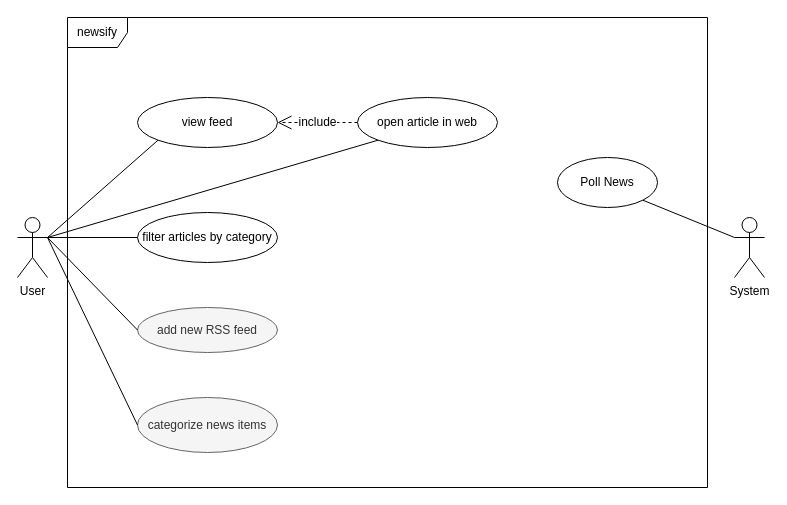
The draw.io diagram docs/use_case_diagramm.drawio in Lezurex/newsify, before the edit. Source tidied: cells renumbered, new cells numbered last; positions are measured from the earlier drawing's top-left corner, leaving out a move shared by most shapes. Both pictures are drawn from the tidied source at 100%, with x=0, y=0 at pixel (17, 17).
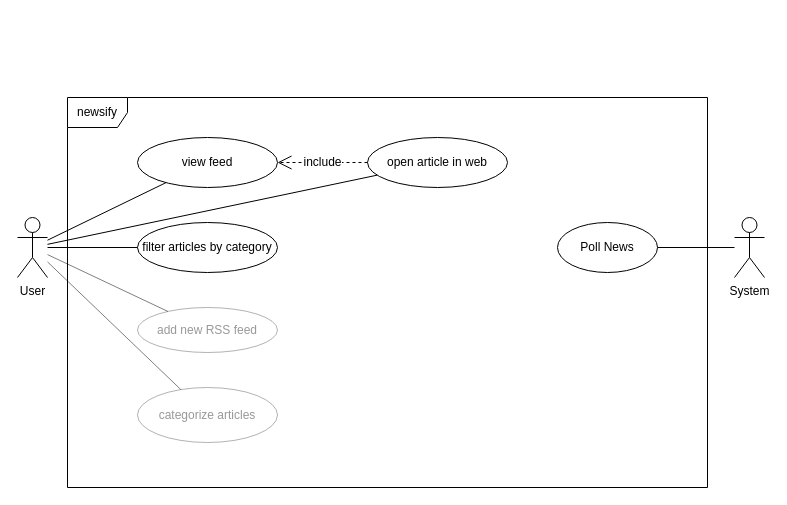
The same diagram, later.

Commit message (it also covers changes not shown here):
🎨 Add use case specification

Diff of the diagram source:
```diff
@@
 <mxGraphModel>
   <root>
     <mxCell id="0" />
     <mxCell id="1" parent="0" />
     <mxCell id="2" value="User" style="shape=umlActor;verticalLabelPosition=bottom;verticalAlign=top;html=1;outlineConnect=0;" parent="1" vertex="1">
       <mxGeometry y="200" width="30" height="60" as="geometry" />
     </mxCell>
     <mxCell id="3" value="newsify" style="shape=umlFrame;whiteSpace=wrap;html=1;" parent="1" vertex="1">
-      <mxGeometry x="50" width="640" height="470" as="geometry" />
+      <mxGeometry x="50" y="80" width="640" height="390" as="geometry" />
     </mxCell>
     <mxCell id="4" value="System" style="shape=umlActor;verticalLabelPosition=bottom;verticalAlign=top;html=1;" parent="1" vertex="1">
       <mxGeometry x="717" y="200" width="30" height="60" as="geometry" />
     </mxCell>
     <mxCell id="5" value="Poll News" style="ellipse;whiteSpace=wrap;html=1;" parent="1" vertex="1">
-      <mxGeometry x="540" y="140" width="100" height="50" as="geometry" />
+      <mxGeometry x="540" y="205" width="100" height="50" as="geometry" />
     </mxCell>
-    <mxCell id="6" style="endArrow=none;html=1;rounded=0;exitX=1;exitY=1;exitDx=0;exitDy=0;entryX=0;entryY=0.3333333333333333;entryDx=0;entryDy=0;entryPerimeter=0;" parent="1" edge="1" source="5" target="4">
+    <mxCell id="6" style="endArrow=none;html=1;rounded=0;" parent="1" edge="1" source="5" target="4">
       <mxGeometry relative="1" as="geometry" />
     </mxCell>
     <mxCell id="7" value="view feed" style="ellipse;whiteSpace=wrap;html=1;" parent="1" vertex="1">
-      <mxGeometry x="120" y="80" width="140" height="50" as="geometry" />
+      <mxGeometry x="120" y="120" width="140" height="50" as="geometry" />
     </mxCell>
-    <mxCell id="8" style="endArrow=none;html=1;rounded=0;fontSize=12;exitX=1;exitY=0.3333333333333333;exitDx=0;exitDy=0;exitPerimeter=0;entryX=0;entryY=1;entryDx=0;entryDy=0;" parent="1" edge="1" source="2" target="7">
+    <mxCell id="8" style="endArrow=none;html=1;rounded=0;fontSize=12;" parent="1" edge="1" source="2" target="7">
       <mxGeometry relative="1" as="geometry" />
     </mxCell>
-    <mxCell id="9" value="&lt;font style=&quot;font-size: 12px;&quot;&gt;categorize news items&lt;/font&gt;" style="ellipse;whiteSpace=wrap;html=1;fillColor=#f5f5f5;strokeColor=#666666;fontColor=#333333;" parent="1" vertex="1">
-      <mxGeometry x="120" y="380" width="140" height="55" as="geometry" />
+    <mxCell id="9" value="&lt;font style=&quot;font-size: 12px;&quot;&gt;categorize articles&lt;br&gt;&lt;/font&gt;" style="ellipse;whiteSpace=wrap;html=1;fillColor=#FFFFFF;strokeColor=#666666;fontColor=#333333;opacity=50;textOpacity=50;" parent="1" vertex="1">
+      <mxGeometry x="120" y="370" width="140" height="55" as="geometry" />
     </mxCell>
-    <mxCell id="10" style="endArrow=none;html=1;rounded=0;fontSize=12;exitX=1;exitY=0.3333333333333333;exitDx=0;exitDy=0;exitPerimeter=0;entryX=0;entryY=0.5;entryDx=0;entryDy=0;" parent="1" edge="1" source="2" target="9">
+    <mxCell id="10" style="endArrow=none;html=1;rounded=0;fontSize=12;opacity=50;" parent="1" edge="1" source="2" target="9">
       <mxGeometry relative="1" as="geometry" />
     </mxCell>
     <mxCell id="11" value="filter articles by category" style="ellipse;whiteSpace=wrap;html=1;" parent="1" vertex="1">
-      <mxGeometry x="120" y="195" width="140" height="50" as="geometry" />
+      <mxGeometry x="120" y="205" width="140" height="50" as="geometry" />
     </mxCell>
-    <mxCell id="12" style="endArrow=none;html=1;rounded=0;fontSize=12;entryX=0;entryY=0.5;entryDx=0;entryDy=0;" parent="1" edge="1" target="11">
-      <mxGeometry relative="1" as="geometry">
-        <mxPoint x="30" y="220" as="sourcePoint" />
-      </mxGeometry>
+    <mxCell id="12" style="endArrow=none;html=1;rounded=0;fontSize=12;" parent="1" edge="1" source="2" target="11">
+      <mxGeometry relative="1" as="geometry" />
     </mxCell>
     <mxCell id="13" value="open article in web" style="ellipse;whiteSpace=wrap;html=1;fontSize=12;" parent="1" vertex="1">
-      <mxGeometry x="340" y="80" width="140" height="50" as="geometry" />
+      <mxGeometry x="350" y="120" width="140" height="50" as="geometry" />
     </mxCell>
-    <mxCell id="14" value="include" style="endArrow=open;endSize=12;dashed=1;html=1;rounded=0;fontSize=12;exitX=0;exitY=0.5;exitDx=0;exitDy=0;" parent="1" edge="1" source="13" target="7">
+    <mxCell id="14" value="include" style="endArrow=open;endSize=12;dashed=1;html=1;rounded=0;fontSize=12;" parent="1" edge="1" source="13" target="7">
       <mxGeometry relative="1" as="geometry" />
     </mxCell>
-    <mxCell id="15" value="add new RSS feed" style="ellipse;whiteSpace=wrap;html=1;fontSize=12;fillColor=#f5f5f5;fontColor=#333333;strokeColor=#666666;" parent="1" vertex="1">
+    <mxCell id="15" value="add new RSS feed" style="ellipse;whiteSpace=wrap;html=1;fontSize=12;fillColor=#FFFFFF;fontColor=#333333;strokeColor=#666666;opacity=50;textOpacity=50;" parent="1" vertex="1">
       <mxGeometry x="120" y="290" width="140" height="45" as="geometry" />
     </mxCell>
-    <mxCell id="16" style="endArrow=none;html=1;rounded=0;fontSize=12;entryX=0;entryY=1;entryDx=0;entryDy=0;" parent="1" edge="1" target="13">
-      <mxGeometry relative="1" as="geometry">
-        <mxPoint x="30" y="220" as="sourcePoint" />
-      </mxGeometry>
+    <mxCell id="16" style="endArrow=none;html=1;rounded=0;fontSize=12;" parent="1" edge="1" source="2" target="13">
+      <mxGeometry relative="1" as="geometry" />
     </mxCell>
-    <mxCell id="17" style="endArrow=none;html=1;rounded=0;fontSize=12;exitX=0;exitY=0.5;exitDx=0;exitDy=0;" parent="1" edge="1" source="15">
-      <mxGeometry relative="1" as="geometry">
-        <mxPoint x="30" y="220" as="targetPoint" />
-      </mxGeometry>
+    <mxCell id="17" style="endArrow=none;html=1;rounded=0;fontSize=12;opacity=50;" parent="1" edge="1" source="15" target="2">
+      <mxGeometry relative="1" as="geometry" />
     </mxCell>
   </root>
 </mxGraphModel>
```
